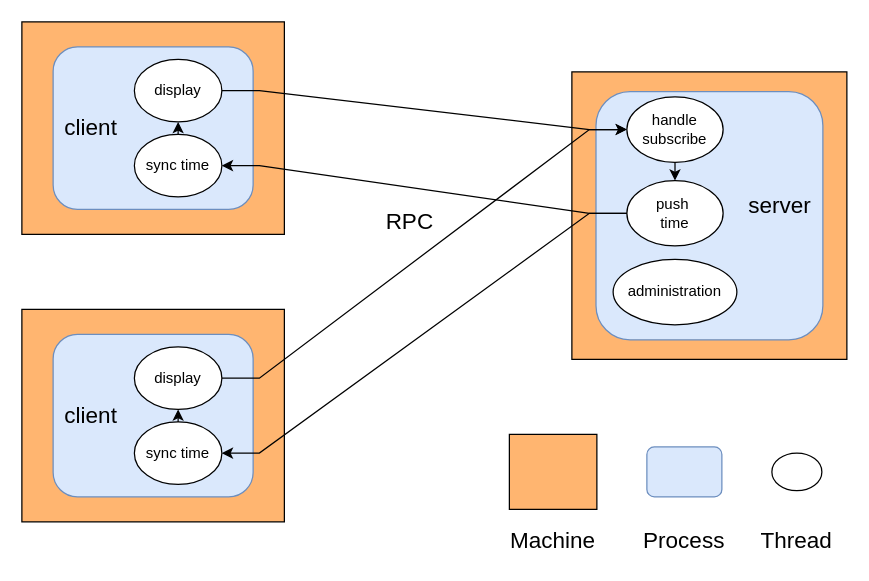
Earlier version of the draw.io diagram img/DisSys-A1.drawio (Coder-Colder/MyPics). Source tidied: cells renumbered, new cells numbered last; positions are measured from the earlier drawing's top-left corner, leaving out a move shared by most shapes. Both pictures are drawn from the tidied source at 125%, with x=0, y=0 at pixel (21, 21).
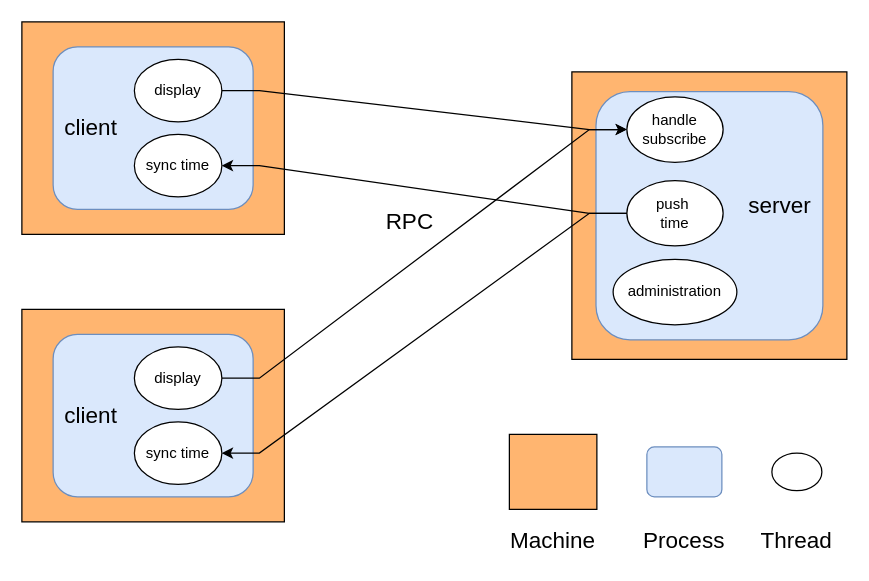
The same diagram, later.

Unchanged cells that the change refers to:
```xml
<mxCell id="2" style="group;" parent="1" vertex="1">
  <mxGeometry width="210" height="170" as="geometry" />
</mxCell>
<mxCell id="5" value="display" style="ellipse;whiteSpace=wrap;html=1;" parent="2" vertex="1">
  <mxGeometry x="90" y="30" width="70" height="50" as="geometry" />
</mxCell>
<mxCell id="7" value="sync time" style="ellipse;whiteSpace=wrap;html=1;" parent="2" vertex="1">
  <mxGeometry x="90" y="90" width="70" height="50" as="geometry" />
</mxCell>
<mxCell id="9" style="group;" parent="1" vertex="1">
  <mxGeometry y="230" width="210" height="170" as="geometry" />
</mxCell>
<mxCell id="12" value="display" style="ellipse;whiteSpace=wrap;html=1;" parent="9" vertex="1">
  <mxGeometry x="90" y="30" width="70" height="50" as="geometry" />
</mxCell>
<mxCell id="14" value="sync time" style="ellipse;whiteSpace=wrap;html=1;" parent="9" vertex="1">
  <mxGeometry x="90" y="90" width="70" height="50" as="geometry" />
</mxCell>
<mxCell id="24" style="group;" parent="1" vertex="1">
  <mxGeometry x="440" y="40" width="220" height="230" as="geometry" />
</mxCell>
<mxCell id="28" value="handle subscribe" style="ellipse;whiteSpace=wrap;html=1;" parent="24" vertex="1">
  <mxGeometry x="44" y="20" width="77" height="52.3" as="geometry" />
</mxCell>
<mxCell id="29" value="push&amp;nbsp;&lt;br&gt;time" style="ellipse;whiteSpace=wrap;html=1;" parent="24" vertex="1">
  <mxGeometry x="44" y="87" width="77" height="52.3" as="geometry" />
</mxCell>
```

The edit, as a diff of the source:
```diff
@@
-    <mxCell id="6" style="edgeStyle=none;rounded=0;jettySize=auto;html=1;exitX=0.5;exitY=0;exitDx=0;exitDy=0;entryX=0.5;entryY=1;entryDx=0;entryDy=0;fontSize=18;" parent="2" edge="1" source="7" target="5">
-      <mxGeometry relative="1" as="geometry" />
-    </mxCell>
@@
-    <mxCell id="13" style="edgeStyle=none;rounded=0;jettySize=auto;html=1;exitX=0.5;exitY=0;exitDx=0;exitDy=0;entryX=0.5;entryY=1;entryDx=0;entryDy=0;fontSize=18;" parent="9" edge="1" source="14" target="12">
-      <mxGeometry relative="1" as="geometry" />
-    </mxCell>
@@
-    <mxCell id="27" style="rounded=0;jettySize=auto;html=1;exitX=0.5;exitY=1;exitDx=0;exitDy=0;entryX=0.5;entryY=0;entryDx=0;entryDy=0;fontSize=18;" parent="24" edge="1" source="28" target="29">
-      <mxGeometry relative="1" as="geometry" />
-    </mxCell>
```
